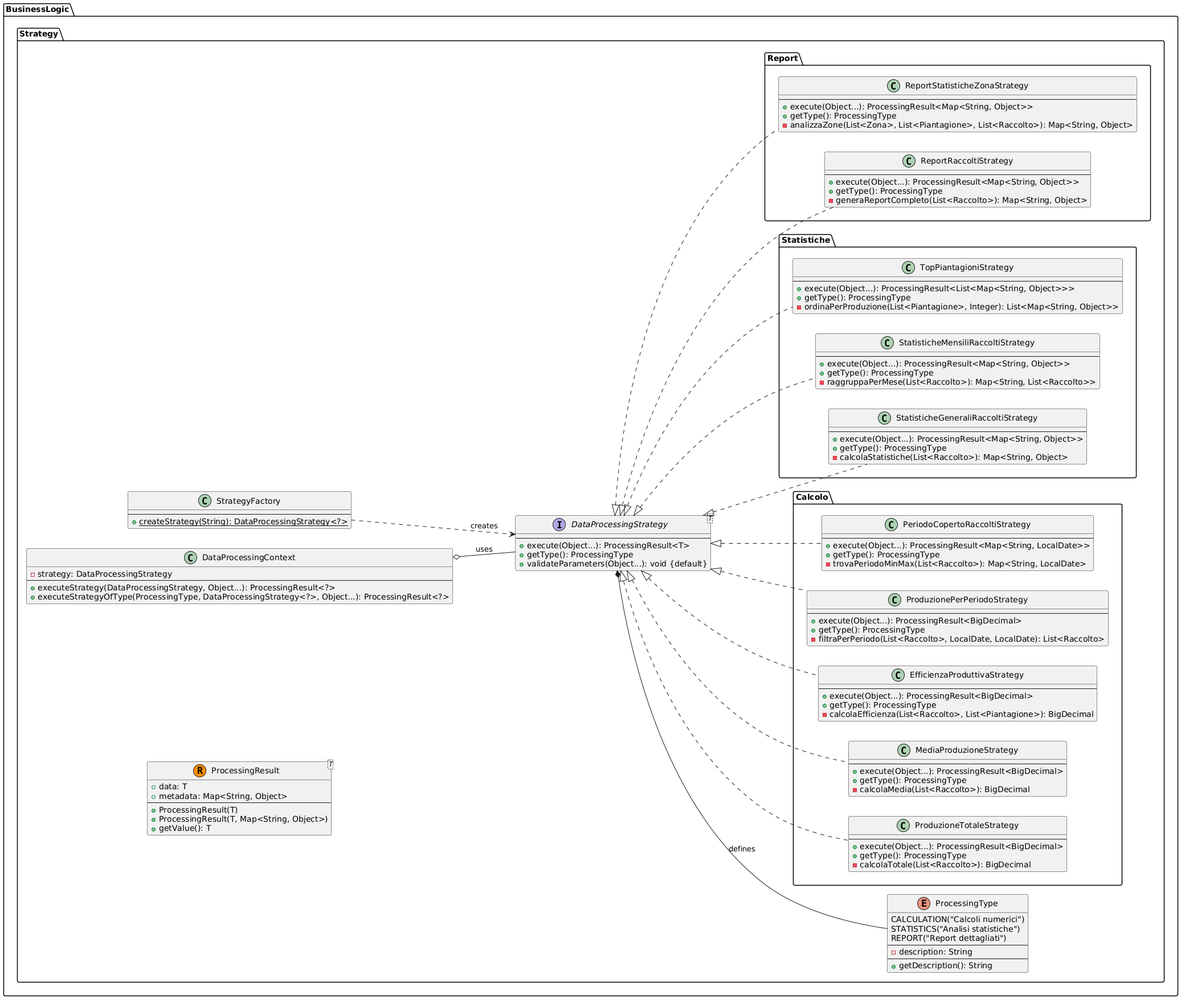
The PlantUML diagram documentazione_latex/Images/Diagram/Class_diagram/Strategy.png in LucianAlexandruTopliceanu/AgroManager, before a commit.
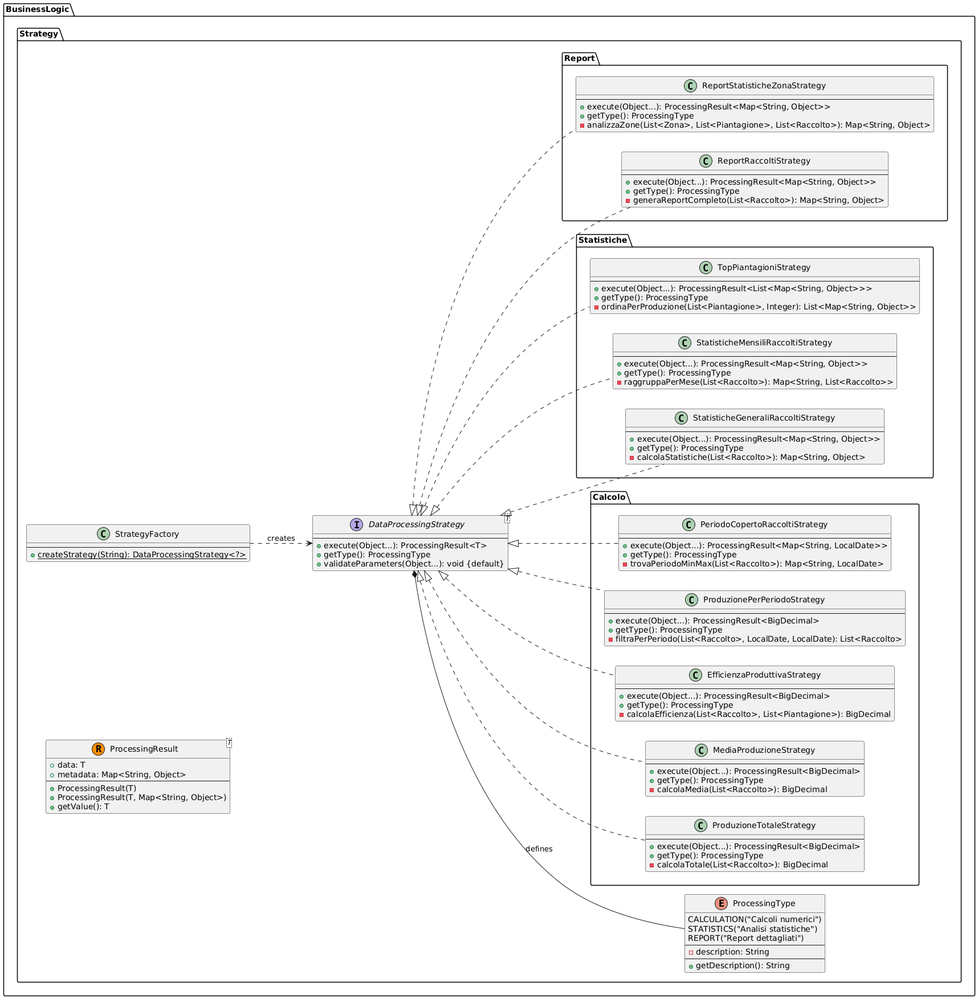
Later version of the same file.

Diff of the diagram source:
```diff
@@ -28,12 +28,6 @@
         +getValue(): T
     }
 
-    class DataProcessingContext  {
-        -strategy: DataProcessingStrategy
-        --
-        +executeStrategy(DataProcessingStrategy, Object...): ProcessingResult<?>
-        +executeStrategyOfType(ProcessingType, DataProcessingStrategy<?>, Object...): ProcessingResult<?>
-    }
 
     class StrategyFactory  {
         --
@@ -134,5 +128,4 @@
 DataProcessingStrategy <|.. ReportStatisticheZonaStrategy
 
 StrategyFactory ..> DataProcessingStrategy : "creates"
-DataProcessingContext o-- DataProcessingStrategy : "uses"
 @enduml
```
